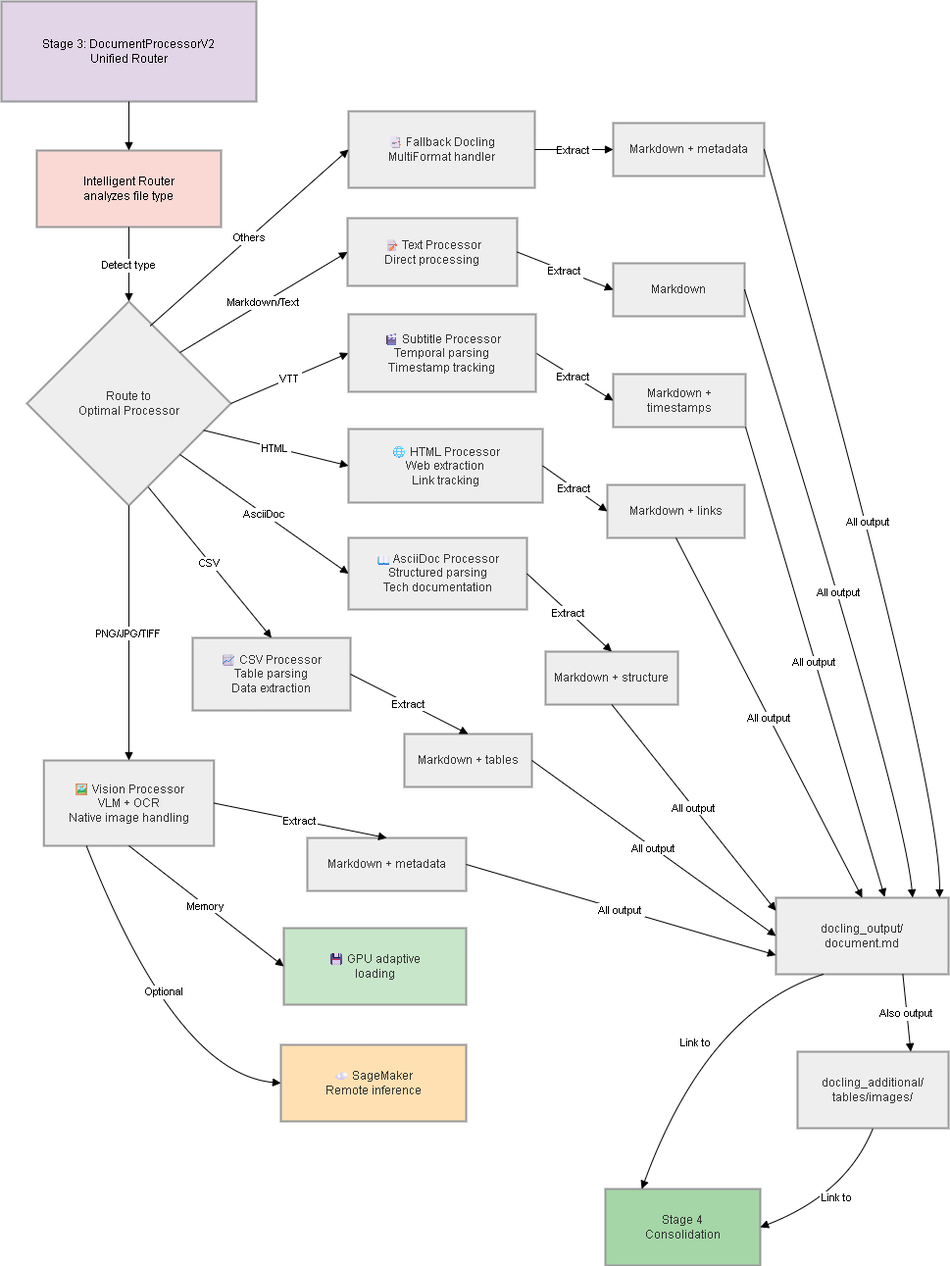
Above: Phase_2_Report/img/pdz/Report 252 Diagram-DocumentProcessorV2 Unified Router.drawio.png in pdz1804/capstone-project (draw.io), before the change. Source tidied: cells renumbered, new cells last; positions are measured from the earlier drawing's top-left corner, leaving out a move shared by most shapes.
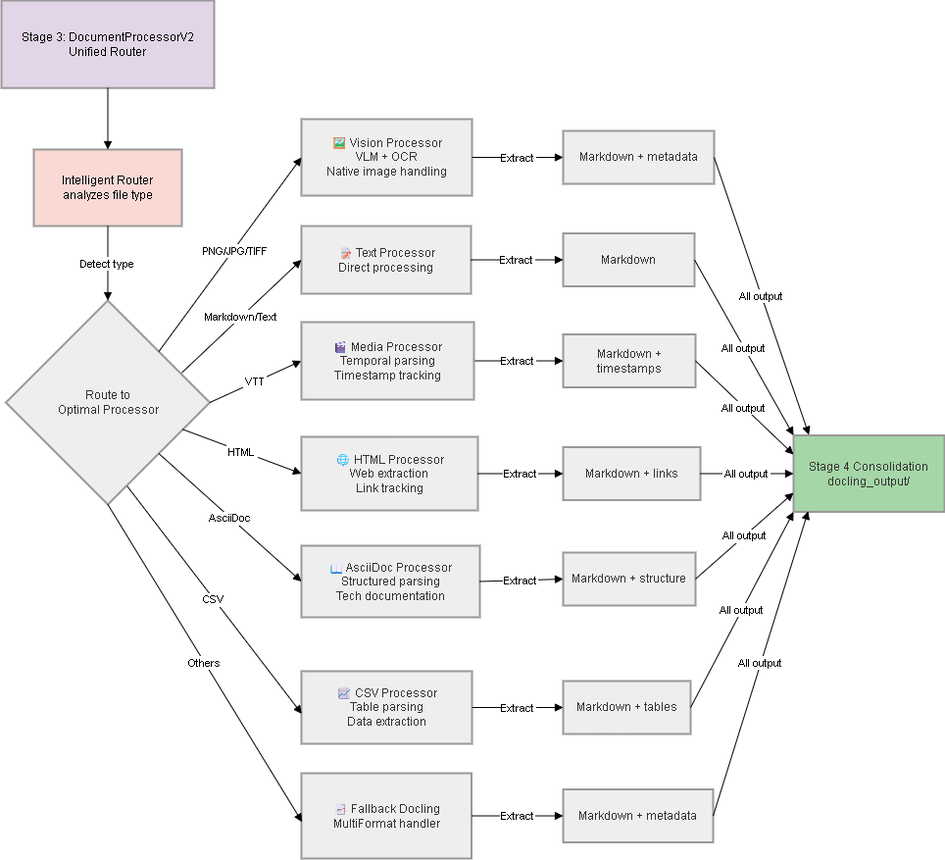
The same diagram one commit later.

Commit message:
update: pipeline diagram

Diff of the diagram source:
```diff
@@ -3,78 +3,66 @@
     <mxCell id="0" />
     <mxCell id="1" parent="0" />
     <mxCell id="2" value="Stage 3: DocumentProcessorV2&#10;Unified Router" style="whiteSpace=wrap;strokeWidth=2;fillColor=#e1d5e7;strokeColor=#999999;" parent="1" vertex="1">
-      <mxGeometry width="260" height="102" as="geometry" />
+      <mxGeometry x="47" y="-9" width="217" height="89.2" as="geometry" />
     </mxCell>
     <mxCell id="3" value="Intelligent Router&#10;analyzes file type" style="whiteSpace=wrap;strokeWidth=2;fillColor=#fad9d5;strokeColor=#999999;" parent="1" vertex="1">
-      <mxGeometry x="36" y="152" width="188" height="78" as="geometry" />
+      <mxGeometry x="80" y="143" width="151" height="78" as="geometry" />
     </mxCell>
     <mxCell id="4" value="Route to&#10;Optimal Processor" style="rhombus;strokeWidth=2;whiteSpace=wrap;fillColor=light-dark(#eeeeee,#1f2020);strokeColor=light-dark(#999999,#cccccc);fontColor=light-dark(#333333,#cccccc);" parent="1" vertex="1">
-      <mxGeometry x="26" y="306" width="208" height="208" as="geometry" />
+      <mxGeometry x="51.5" y="297" width="208" height="208" as="geometry" />
     </mxCell>
-    <mxCell id="5" value="🖼️ Vision Processor&#10;VLM + OCR&#10;Native image handling" style="whiteSpace=wrap;strokeWidth=2;fillColor=light-dark(#eeeeee,#1f2020);strokeColor=light-dark(#999999,#cccccc);fontColor=light-dark(#333333,#cccccc);" parent="1" vertex="1">
-      <mxGeometry x="43.2" y="774" width="173.5" height="87" as="geometry" />
+    <mxCell id="5" value="📑 Fallback Docling&#10;MultiFormat handler" style="whiteSpace=wrap;strokeWidth=2;fillColor=light-dark(#eeeeee,#1f2020);strokeColor=light-dark(#999999,#cccccc);fontColor=light-dark(#333333,#cccccc);" parent="1" vertex="1">
+      <mxGeometry x="353" y="779" width="173.5" height="87" as="geometry" />
     </mxCell>
     <mxCell id="6" value="📈 CSV Processor&#10;Table parsing&#10;Data extraction" style="whiteSpace=wrap;strokeWidth=2;fillColor=light-dark(#eeeeee,#1f2020);strokeColor=light-dark(#999999,#cccccc);fontColor=light-dark(#333333,#cccccc);" parent="1" vertex="1">
-      <mxGeometry x="195" y="649" width="161" height="74" as="geometry" />
+      <mxGeometry x="353" y="675" width="174" height="74" as="geometry" />
     </mxCell>
     <mxCell id="7" value="📖 AsciiDoc Processor&#10;Structured parsing&#10;Tech documentation" style="whiteSpace=wrap;strokeWidth=2;fillColor=light-dark(#eeeeee,#1f2020);strokeColor=light-dark(#999999,#cccccc);fontColor=light-dark(#333333,#cccccc);" parent="1" vertex="1">
-      <mxGeometry x="354" y="547" width="182" height="73" as="geometry" />
+      <mxGeometry x="353" y="547" width="182" height="73" as="geometry" />
     </mxCell>
     <mxCell id="8" value="🌐 HTML Processor&#10;Web extraction&#10;Link tracking" style="whiteSpace=wrap;strokeWidth=2;fillColor=light-dark(#eeeeee,#1f2020);strokeColor=light-dark(#999999,#cccccc);fontColor=light-dark(#333333,#cccccc);" parent="1" vertex="1">
-      <mxGeometry x="354" y="436" width="198" height="75" as="geometry" />
+      <mxGeometry x="353" y="436" width="180" height="75" as="geometry" />
     </mxCell>
     <mxCell id="9" value="📝 Text Processor&#10;Direct processing" style="whiteSpace=wrap;strokeWidth=2;fillColor=light-dark(#eeeeee,#1f2020);strokeColor=light-dark(#999999,#cccccc);fontColor=light-dark(#333333,#cccccc);" parent="1" vertex="1">
       <mxGeometry x="353" y="221" width="173" height="69" as="geometry" />
     </mxCell>
-    <mxCell id="10" value="📑 Fallback Docling&#10;MultiFormat handler" style="whiteSpace=wrap;strokeWidth=2;fillColor=light-dark(#eeeeee,#1f2020);strokeColor=light-dark(#999999,#cccccc);fontColor=light-dark(#333333,#cccccc);" parent="1" vertex="1">
-      <mxGeometry x="354" y="112" width="190" height="78" as="geometry" />
+    <mxCell id="10" value="🖼️ Vision Processor&#10;VLM + OCR&#10;Native image handling" style="whiteSpace=wrap;strokeWidth=2;fillColor=light-dark(#eeeeee,#1f2020);strokeColor=light-dark(#999999,#cccccc);fontColor=light-dark(#333333,#cccccc);" parent="1" vertex="1">
+      <mxGeometry x="353" y="112" width="174" height="78" as="geometry" />
     </mxCell>
-    <mxCell id="11" value="☁️ SageMaker&#10;Remote inference" style="whiteSpace=wrap;strokeWidth=2;fillColor=#ffe0b2;strokeColor=light-dark(#999999,#cccccc);fontColor=light-dark(#333333,#cccccc);" parent="1" vertex="1">
-      <mxGeometry x="285" y="1064" width="189" height="78" as="geometry" />
-    </mxCell>
-    <mxCell id="12" value="💾 GPU adaptive&#10;loading" style="whiteSpace=wrap;strokeWidth=2;fillColor=#c8e6c9;strokeColor=light-dark(#999999,#cccccc);fontColor=light-dark(#333333,#cccccc);" parent="1" vertex="1">
-      <mxGeometry x="288" y="945" width="186" height="78" as="geometry" />
-    </mxCell>
     <mxCell id="13" value="Markdown + metadata" style="whiteSpace=wrap;strokeWidth=2;fillColor=light-dark(#eeeeee,#1f2020);strokeColor=light-dark(#999999,#cccccc);fontColor=light-dark(#333333,#cccccc);" parent="1" vertex="1">
-      <mxGeometry x="312" y="853" width="162" height="54" as="geometry" />
+      <mxGeometry x="620" y="795.5" width="153" height="54" as="geometry" />
     </mxCell>
     <mxCell id="14" value="Markdown + tables" style="whiteSpace=wrap;strokeWidth=2;fillColor=light-dark(#eeeeee,#1f2020);strokeColor=light-dark(#999999,#cccccc);fontColor=light-dark(#333333,#cccccc);" parent="1" vertex="1">
-      <mxGeometry x="411" y="747" width="130" height="54" as="geometry" />
+      <mxGeometry x="620" y="685" width="130" height="54" as="geometry" />
     </mxCell>
     <mxCell id="15" value="Markdown + structure" style="whiteSpace=wrap;strokeWidth=2;fillColor=light-dark(#eeeeee,#1f2020);strokeColor=light-dark(#999999,#cccccc);fontColor=light-dark(#333333,#cccccc);" parent="1" vertex="1">
-      <mxGeometry x="555" y="663" width="135" height="54" as="geometry" />
+      <mxGeometry x="620" y="554" width="135" height="54" as="geometry" />
     </mxCell>
     <mxCell id="16" value="Markdown + links" style="whiteSpace=wrap;strokeWidth=2;fillColor=light-dark(#eeeeee,#1f2020);strokeColor=light-dark(#999999,#cccccc);fontColor=light-dark(#333333,#cccccc);" parent="1" vertex="1">
-      <mxGeometry x="618" y="493" width="140" height="54" as="geometry" />
+      <mxGeometry x="620" y="446.5" width="140" height="54" as="geometry" />
     </mxCell>
     <mxCell id="17" value="Markdown + timestamps" style="whiteSpace=wrap;strokeWidth=2;fillColor=light-dark(#eeeeee,#1f2020);strokeColor=light-dark(#999999,#cccccc);fontColor=light-dark(#333333,#cccccc);" parent="1" vertex="1">
-      <mxGeometry x="624" y="380" width="135" height="54" as="geometry" />
+      <mxGeometry x="620" y="331.5" width="135" height="54" as="geometry" />
     </mxCell>
     <mxCell id="18" value="Markdown" style="whiteSpace=wrap;strokeWidth=2;fillColor=light-dark(#eeeeee,#1f2020);strokeColor=light-dark(#999999,#cccccc);fontColor=light-dark(#333333,#cccccc);" parent="1" vertex="1">
-      <mxGeometry x="624" y="267" width="134" height="54" as="geometry" />
+      <mxGeometry x="620" y="228.5" width="134" height="54" as="geometry" />
     </mxCell>
     <mxCell id="19" value="Markdown + metadata" style="whiteSpace=wrap;strokeWidth=2;fillColor=light-dark(#eeeeee,#1f2020);strokeColor=light-dark(#999999,#cccccc);fontColor=light-dark(#333333,#cccccc);" parent="1" vertex="1">
-      <mxGeometry x="624" y="124" width="154" height="54" as="geometry" />
+      <mxGeometry x="620" y="124" width="154" height="54" as="geometry" />
     </mxCell>
-    <mxCell id="20" value="docling_output/&#10;document.md" style="whiteSpace=wrap;strokeWidth=2;fillColor=light-dark(#eeeeee,#1f2020);strokeColor=light-dark(#999999,#cccccc);fontColor=light-dark(#333333,#cccccc);" parent="1" vertex="1">
-      <mxGeometry x="790" y="914" width="176" height="78" as="geometry" />
+    <mxCell id="20" value="Stage 4 Consolidation&#10;docling_output/" style="whiteSpace=wrap;strokeWidth=2;fillColor=light-dark(#A5D6A7,#1F2020);strokeColor=light-dark(#999999,#cccccc);fontColor=light-dark(#333333,#cccccc);" parent="1" vertex="1">
+      <mxGeometry x="855" y="434.5" width="154" height="78" as="geometry" />
     </mxCell>
-    <mxCell id="21" value="docling_additional/&#10;tables/images/" style="whiteSpace=wrap;strokeWidth=2;fillColor=light-dark(#eeeeee,#1f2020);strokeColor=light-dark(#999999,#cccccc);fontColor=light-dark(#333333,#cccccc);" parent="1" vertex="1">
-      <mxGeometry x="812" y="1071" width="154" height="78" as="geometry" />
-    </mxCell>
-    <mxCell id="22" value="Stage 4&#10;Consolidation" style="whiteSpace=wrap;strokeWidth=2;fillColor=#a5d6a7;strokeColor=light-dark(#999999,#cccccc);fontColor=light-dark(#333333,#cccccc);" parent="1" vertex="1">
-      <mxGeometry x="616" y="1211" width="158" height="78" as="geometry" />
-    </mxCell>
     <mxCell id="23" style="curved=1;startArrow=none;endArrow=block;exitX=0.5;exitY=1;entryX=0.5;entryY=0;rounded=0;" parent="1" edge="1" source="2" target="3">
       <mxGeometry relative="1" as="geometry" />
     </mxCell>
     <mxCell id="24" value="Detect type" style="curved=1;startArrow=none;endArrow=block;exitX=0.5;exitY=1;entryX=0.5;entryY=0;rounded=0;" parent="1" edge="1" source="3" target="4">
       <mxGeometry relative="1" as="geometry" />
     </mxCell>
-    <mxCell id="25" value="PNG/JPG/TIFF" style="curved=1;startArrow=none;endArrow=block;exitX=0.5;exitY=1;entryX=0.5;entryY=0;rounded=0;exitDx=0;exitDy=0;" parent="1" edge="1" source="4" target="5">
+    <mxCell id="25" value="Others" style="curved=1;startArrow=none;endArrow=block;exitX=0.5;exitY=1;entryX=0.004;entryY=0.572;rounded=0;exitDx=0;exitDy=0;entryDx=0;entryDy=0;entryPerimeter=0;" parent="1" edge="1" source="4" target="5">
       <mxGeometry relative="1" as="geometry" />
     </mxCell>
-    <mxCell id="26" value="CSV" style="curved=1;startArrow=none;endArrow=block;exitX=0.595;exitY=0.91;entryX=0.5;entryY=0;rounded=0;exitDx=0;exitDy=0;exitPerimeter=0;" parent="1" edge="1" source="4" target="6">
+    <mxCell id="26" value="CSV" style="curved=1;startArrow=none;endArrow=block;exitX=0.595;exitY=0.91;entryX=0.002;entryY=0.587;rounded=0;exitDx=0;exitDy=0;exitPerimeter=0;entryDx=0;entryDy=0;entryPerimeter=0;" parent="1" edge="1" source="4" target="6">
       <mxGeometry relative="1" as="geometry" />
     </mxCell>
     <mxCell id="27" value="AsciiDoc" style="curved=1;startArrow=none;endArrow=block;exitX=1;exitY=1;entryX=0;entryY=0.5;rounded=0;exitDx=0;exitDy=0;entryDx=0;entryDy=0;" parent="1" edge="1" source="4" target="7">
@@ -86,30 +74,19 @@
     <mxCell id="29" value="VTT" style="curved=1;startArrow=none;endArrow=block;exitX=1;exitY=0.5;entryX=0;entryY=0.5;rounded=0;entryDx=0;entryDy=0;exitDx=0;exitDy=0;" parent="1" edge="1" source="4" target="51">
       <mxGeometry relative="1" as="geometry" />
     </mxCell>
-    <mxCell id="30" value="Markdown/Text" style="curved=1;startArrow=none;endArrow=block;exitX=1;exitY=0;entryX=0;entryY=0.5;rounded=0;exitDx=0;exitDy=0;entryDx=0;entryDy=0;" parent="1" edge="1" source="4" target="9">
+    <mxCell id="30" value="Markdown/Text" style="curved=1;startArrow=none;endArrow=block;exitX=0.863;exitY=0.354;entryX=0;entryY=0.5;rounded=0;exitDx=0;exitDy=0;entryDx=0;entryDy=0;exitPerimeter=0;" parent="1" edge="1" source="4" target="9">
       <mxGeometry relative="1" as="geometry" />
     </mxCell>
-    <mxCell id="31" value="Others" style="curved=1;startArrow=none;endArrow=block;exitX=0.604;exitY=0.12;entryX=0;entryY=0.5;rounded=0;exitDx=0;exitDy=0;entryDx=0;entryDy=0;exitPerimeter=0;" parent="1" edge="1" source="4" target="10">
-      <mxGeometry relative="1" as="geometry" />
+    <mxCell id="31" value="PNG/JPG/TIFF" style="curved=1;startArrow=none;endArrow=block;exitX=1;exitY=0;entryX=0;entryY=0.5;rounded=0;exitDx=0;exitDy=0;entryDx=0;entryDy=0;" parent="1" edge="1" source="4" target="10">
+      <mxGeometry x="0.05" y="-2" relative="1" as="geometry" />
     </mxCell>
-    <mxCell id="32" value="Optional" style="curved=1;startArrow=none;endArrow=block;exitX=0.25;exitY=1;entryX=0;entryY=0.5;rounded=0;entryDx=0;entryDy=0;exitDx=0;exitDy=0;" parent="1" edge="1" source="5" target="11">
-      <mxGeometry x="-0.06" y="19" relative="1" as="geometry">
-        <Array as="points">
-          <mxPoint x="178" y="1093" />
-        </Array>
-        <mxPoint y="-1" as="offset" />
-      </mxGeometry>
-    </mxCell>
-    <mxCell id="33" value="Memory" style="curved=1;startArrow=none;endArrow=block;exitX=0.5;exitY=1;entryX=0;entryY=0.5;rounded=0;entryDx=0;entryDy=0;" parent="1" edge="1" source="5" target="12">
-      <mxGeometry relative="1" as="geometry" />
-    </mxCell>
-    <mxCell id="34" value="Extract" style="curved=1;startArrow=none;endArrow=block;exitX=1;exitY=0.5;entryX=0.5;entryY=0.01;rounded=0;exitDx=0;exitDy=0;" parent="1" edge="1" source="5" target="13">
+    <mxCell id="34" value="Extract" style="curved=1;startArrow=none;endArrow=block;exitX=1;exitY=0.5;entryX=0;entryY=0.5;rounded=0;exitDx=0;exitDy=0;entryDx=0;entryDy=0;" parent="1" edge="1" source="5" target="13">
       <mxGeometry relative="1" as="geometry" />
     </mxCell>
-    <mxCell id="35" value="Extract" style="curved=1;startArrow=none;endArrow=block;exitX=1;exitY=0.5;entryX=0.5;entryY=0.01;rounded=0;exitDx=0;exitDy=0;" parent="1" edge="1" source="6" target="14">
+    <mxCell id="35" value="Extract" style="curved=1;startArrow=none;endArrow=block;exitX=1;exitY=0.5;entryX=0;entryY=0.5;rounded=0;exitDx=0;exitDy=0;entryDx=0;entryDy=0;" parent="1" edge="1" source="6" target="14">
       <mxGeometry relative="1" as="geometry" />
     </mxCell>
-    <mxCell id="36" value="Extract" style="curved=1;startArrow=none;endArrow=block;exitX=1;exitY=0.5;entryX=0.5;entryY=0.01;rounded=0;exitDx=0;exitDy=0;" parent="1" edge="1" source="7" target="15">
+    <mxCell id="36" value="Extract" style="curved=1;startArrow=none;endArrow=block;exitX=1;exitY=0.5;entryX=0;entryY=0.5;rounded=0;exitDx=0;exitDy=0;entryDx=0;entryDy=0;" parent="1" edge="1" source="7" target="15">
       <mxGeometry relative="1" as="geometry" />
     </mxCell>
     <mxCell id="37" value="Extract" style="curved=1;startArrow=none;endArrow=block;exitX=1;exitY=0.5;entryX=0;entryY=0.5;rounded=0;exitDx=0;exitDy=0;entryDx=0;entryDy=0;" parent="1" edge="1" source="8" target="16">
@@ -124,54 +101,29 @@
     <mxCell id="40" value="Extract" style="curved=1;startArrow=none;endArrow=block;exitX=1;exitY=0.5;entryX=0;entryY=0.5;rounded=0;exitDx=0;exitDy=0;entryDx=0;entryDy=0;" parent="1" edge="1" source="10" target="19">
       <mxGeometry relative="1" as="geometry" />
     </mxCell>
-    <mxCell id="41" value="All output" style="curved=1;startArrow=none;endArrow=block;exitX=1;exitY=0.5;entryX=0;entryY=0.75;rounded=0;exitDx=0;exitDy=0;entryDx=0;entryDy=0;" parent="1" edge="1" source="13" target="20">
+    <mxCell id="41" value="All output" style="curved=1;startArrow=none;endArrow=block;exitX=1;exitY=0.5;rounded=0;exitDx=0;exitDy=0;entryX=0.097;entryY=0.991;entryDx=0;entryDy=0;entryPerimeter=0;" parent="1" edge="1" source="13" target="20">
       <mxGeometry relative="1" as="geometry" />
     </mxCell>
-    <mxCell id="42" value="All output" style="curved=1;startArrow=none;endArrow=block;exitX=1;exitY=0.5;entryX=0;entryY=0.5;rounded=0;entryDx=0;entryDy=0;exitDx=0;exitDy=0;" parent="1" edge="1" source="14" target="20">
+    <mxCell id="42" value="All output" style="curved=1;startArrow=none;endArrow=block;exitX=1;exitY=0.5;entryX=0;entryY=1;rounded=0;entryDx=0;entryDy=0;exitDx=0;exitDy=0;" parent="1" edge="1" source="14" target="20">
       <mxGeometry relative="1" as="geometry" />
     </mxCell>
-    <mxCell id="43" value="All output" style="curved=1;startArrow=none;endArrow=block;exitX=0.5;exitY=1;entryX=0;entryY=0.17;rounded=0;exitDx=0;exitDy=0;" parent="1" edge="1" source="15" target="20">
+    <mxCell id="43" value="All output" style="curved=1;startArrow=none;endArrow=block;exitX=1;exitY=0.5;entryX=0;entryY=0.75;rounded=0;exitDx=0;exitDy=0;entryDx=0;entryDy=0;" parent="1" edge="1" source="15" target="20">
       <mxGeometry relative="1" as="geometry" />
     </mxCell>
-    <mxCell id="44" value="All output" style="curved=1;startArrow=none;endArrow=block;exitX=0.5;exitY=1.01;entryX=0.5;entryY=0.01;rounded=0;" parent="1" edge="1" source="16" target="20">
+    <mxCell id="44" value="All output" style="curved=1;startArrow=none;endArrow=block;exitX=1;exitY=0.5;entryX=0;entryY=0.5;rounded=0;exitDx=0;exitDy=0;entryDx=0;entryDy=0;" parent="1" edge="1" source="16" target="20">
       <mxGeometry relative="1" as="geometry" />
     </mxCell>
-    <mxCell id="45" value="All output" style="curved=1;startArrow=none;endArrow=block;exitX=1;exitY=1;entryX=0.63;entryY=-0.011;rounded=0;exitDx=0;exitDy=0;entryDx=0;entryDy=0;entryPerimeter=0;" parent="1" edge="1" source="17" target="20">
+    <mxCell id="45" value="All output" style="curved=1;startArrow=none;endArrow=block;exitX=1;exitY=0.5;entryX=0;entryY=0.25;rounded=0;exitDx=0;exitDy=0;entryDx=0;entryDy=0;" parent="1" edge="1" source="17" target="20">
       <mxGeometry relative="1" as="geometry" />
     </mxCell>
-    <mxCell id="46" value="All output" style="curved=1;startArrow=none;endArrow=block;exitX=1;exitY=0.5;entryX=0.792;entryY=0;rounded=0;exitDx=0;exitDy=0;entryDx=0;entryDy=0;entryPerimeter=0;" parent="1" edge="1" source="18" target="20">
-      <mxGeometry relative="1" as="geometry">
-        <Array as="points">
-          <mxPoint x="920" y="812" />
-        </Array>
-      </mxGeometry>
+    <mxCell id="46" value="All output" style="curved=1;startArrow=none;endArrow=block;exitX=1;exitY=0.5;entryX=0;entryY=0;rounded=0;exitDx=0;exitDy=0;entryDx=0;entryDy=0;" parent="1" edge="1" source="18" target="20">
+      <mxGeometry relative="1" as="geometry" />
     </mxCell>
-    <mxCell id="47" value="All output" style="curved=1;startArrow=none;endArrow=block;exitX=1;exitY=0.5;entryX=0.948;entryY=0;rounded=0;exitDx=0;exitDy=0;entryDx=0;entryDy=0;entryPerimeter=0;" parent="1" edge="1" source="19" target="20">
-      <mxGeometry relative="1" as="geometry">
-        <Array as="points">
-          <mxPoint x="958" y="791" />
-        </Array>
-      </mxGeometry>
+    <mxCell id="47" value="All output" style="curved=1;startArrow=none;endArrow=block;exitX=1;exitY=0.5;entryX=0.102;entryY=-0.007;rounded=0;exitDx=0;exitDy=0;entryDx=0;entryDy=0;entryPerimeter=0;" parent="1" edge="1" source="19" target="20">
+      <mxGeometry relative="1" as="geometry" />
     </mxCell>
-    <mxCell id="48" value="Also output" style="curved=1;startArrow=none;endArrow=block;exitX=0.74;exitY=1.01;entryX=0.75;entryY=0;rounded=0;entryDx=0;entryDy=0;" parent="1" edge="1" source="20" target="21">
-      <mxGeometry relative="1" as="geometry" />
-    </mxCell>
-    <mxCell id="49" value="Link to" style="curved=1;startArrow=none;endArrow=block;exitX=0.27;exitY=1.01;entryX=0.24;entryY=0.01;rounded=0;" parent="1" edge="1" source="20" target="22">
-      <mxGeometry relative="1" as="geometry">
-        <Array as="points">
-          <mxPoint x="720" y="1029" />
-        </Array>
-      </mxGeometry>
-    </mxCell>
-    <mxCell id="50" value="Link to" style="curved=1;startArrow=none;endArrow=block;exitX=0.5;exitY=1.01;entryX=1;entryY=0.5;rounded=0;entryDx=0;entryDy=0;" parent="1" edge="1" source="21" target="22">
-      <mxGeometry relative="1" as="geometry">
-        <Array as="points">
-          <mxPoint x="862" y="1216" />
-        </Array>
-      </mxGeometry>
-    </mxCell>
-    <mxCell id="51" value="🎬 Subtitle Processor&#10;Temporal parsing&#10;Timestamp tracking" style="whiteSpace=wrap;strokeWidth=2;fillColor=light-dark(#eeeeee,#1f2020);strokeColor=light-dark(#999999,#cccccc);fontColor=light-dark(#333333,#cccccc);" parent="1" vertex="1">
-      <mxGeometry x="354" y="319" width="191" height="79" as="geometry" />
+    <mxCell id="51" value="🎬 Media Processor&#10;Temporal parsing&#10;Timestamp tracking" style="whiteSpace=wrap;strokeWidth=2;fillColor=light-dark(#eeeeee,#1f2020);strokeColor=light-dark(#999999,#cccccc);fontColor=light-dark(#333333,#cccccc);" parent="1" vertex="1">
+      <mxGeometry x="353" y="319" width="176" height="79" as="geometry" />
     </mxCell>
   </root>
 </mxGraphModel>
```
